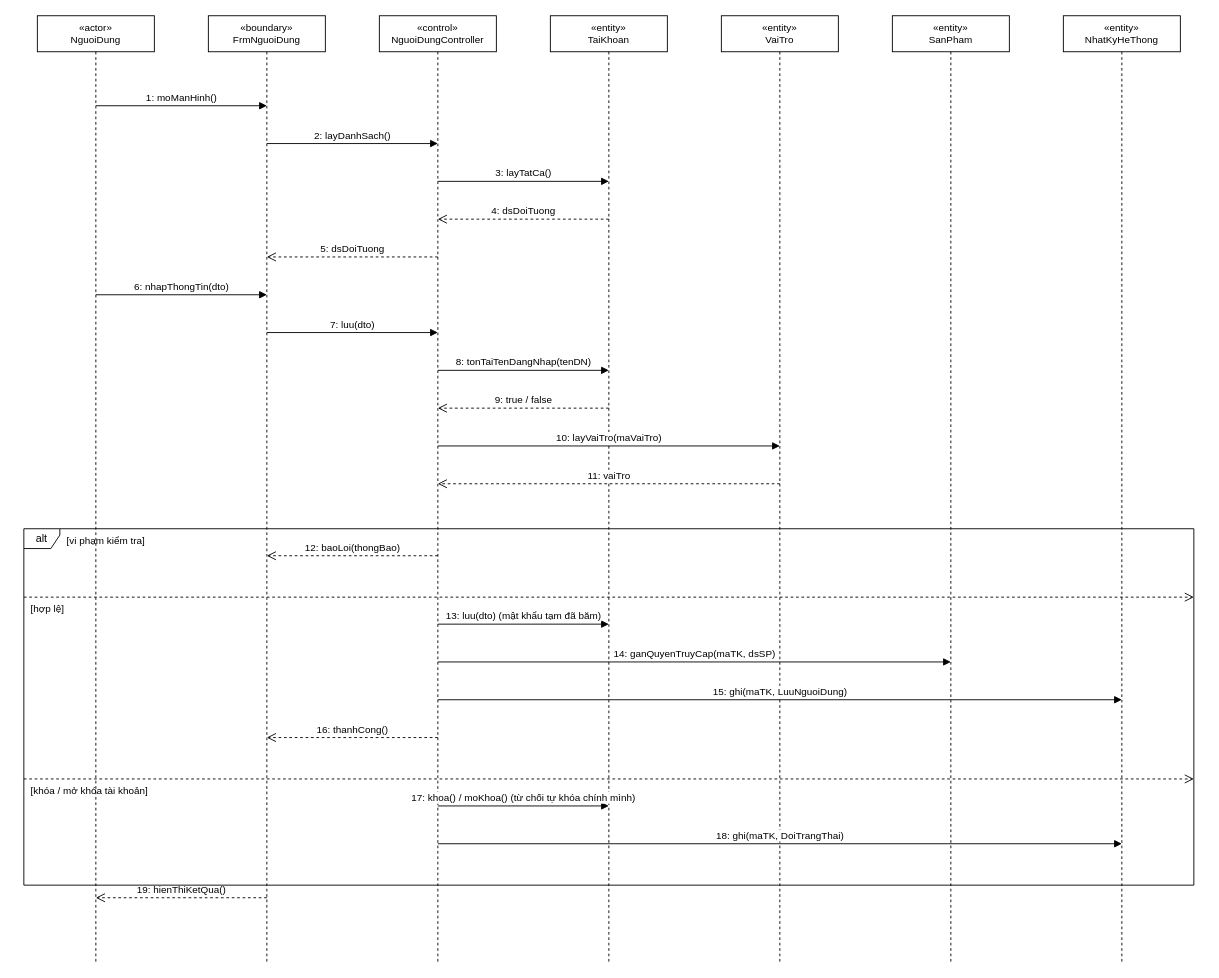
Above: docs/diagrams/03_TuanTu/UC_GD_004_Sequence_QuanLyNguoiDung.drawio in TranThienNhan8279/GreenDash (draw.io), before the change. Source tidied: cells renumbered, new cells numbered last; positions are measured from the earlier drawing's top-left corner, leaving out a move shared by most shapes. Both pictures are drawn from the tidied source at 90%, with x=0, y=0 at pixel (23, 15).
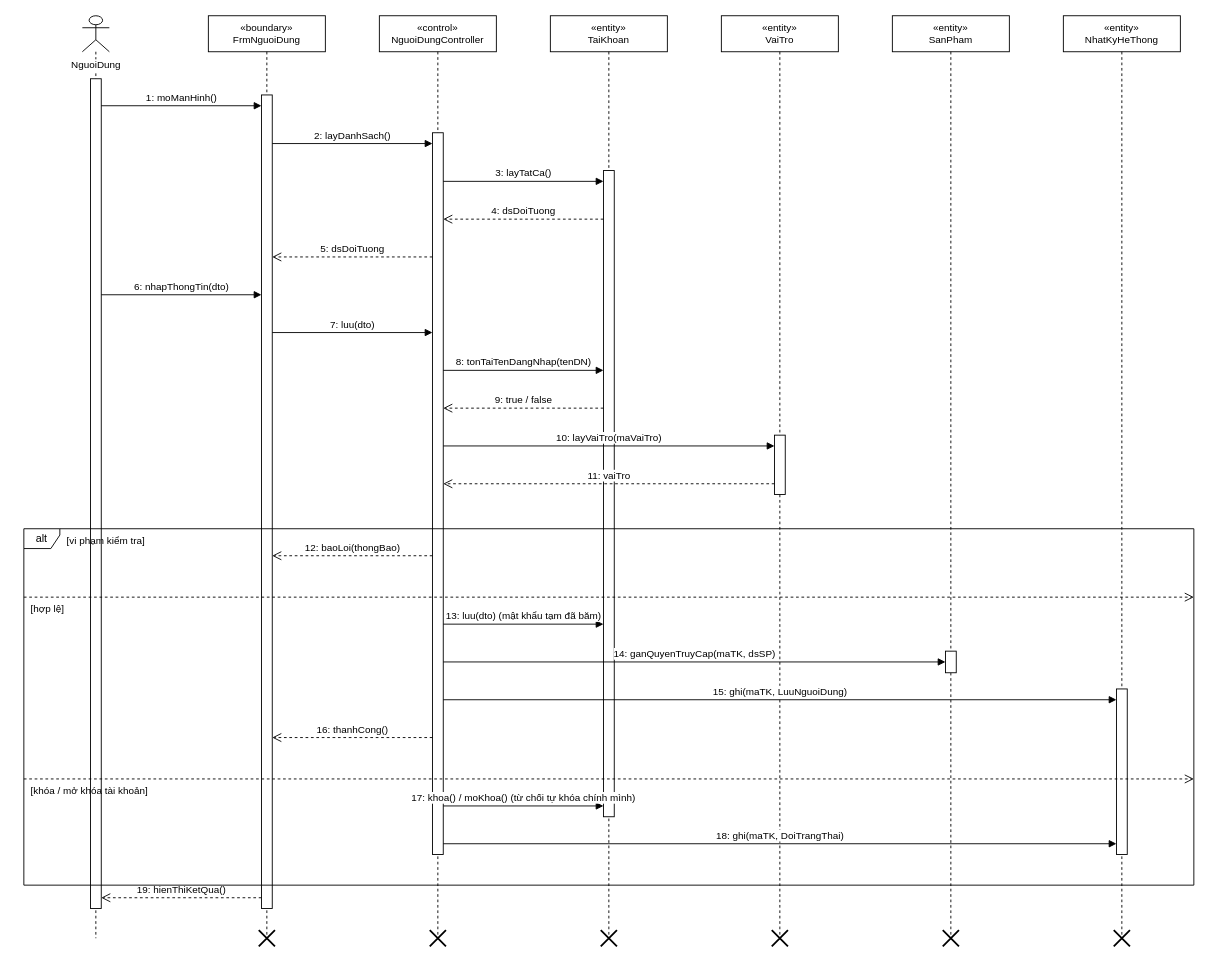
The same page after the edit.

Change to the diagram source:
```diff
@@
-    <mxCell id="2" value="«actor»&lt;br&gt;NguoiDung" style="shape=umlLifeline;perimeter=lifelinePerimeter;whiteSpace=wrap;html=1;fontSize=11;" parent="1" vertex="1">
-      <mxGeometry x="15" width="130" height="1052" as="geometry" />
+    <mxCell id="2" value="NguoiDung" style="shape=umlLifeline;participant=umlActor;verticalAlign=top;spacingTop=42;labelBackgroundColor=#ffffff;perimeter=lifelinePerimeter;whiteSpace=nowrap;html=1;fontSize=11;" parent="1" vertex="1">
+      <mxGeometry x="65" width="30" height="1025" as="geometry" />
     </mxCell>
     <mxCell id="3" value="«boundary»&lt;br&gt;FrmNguoiDung" style="shape=umlLifeline;perimeter=lifelinePerimeter;whiteSpace=wrap;html=1;fontSize=11;" parent="1" vertex="1">
-      <mxGeometry x="205" width="130" height="1052" as="geometry" />
+      <mxGeometry x="205" width="130" height="1025" as="geometry" />
     </mxCell>
     <mxCell id="4" value="«control»&lt;br&gt;NguoiDungController" style="shape=umlLifeline;perimeter=lifelinePerimeter;whiteSpace=wrap;html=1;fontSize=11;" parent="1" vertex="1">
-      <mxGeometry x="395" width="130" height="1052" as="geometry" />
+      <mxGeometry x="395" width="130" height="1025" as="geometry" />
     </mxCell>
     <mxCell id="5" value="«entity»&lt;br&gt;TaiKhoan" style="shape=umlLifeline;perimeter=lifelinePerimeter;whiteSpace=wrap;html=1;fontSize=11;" parent="1" vertex="1">
-      <mxGeometry x="585" width="130" height="1052" as="geometry" />
+      <mxGeometry x="585" width="130" height="1025" as="geometry" />
     </mxCell>
     <mxCell id="6" value="«entity»&lt;br&gt;VaiTro" style="shape=umlLifeline;perimeter=lifelinePerimeter;whiteSpace=wrap;html=1;fontSize=11;" parent="1" vertex="1">
-      <mxGeometry x="775" width="130" height="1052" as="geometry" />
+      <mxGeometry x="775" width="130" height="1025" as="geometry" />
     </mxCell>
     <mxCell id="7" value="«entity»&lt;br&gt;SanPham" style="shape=umlLifeline;perimeter=lifelinePerimeter;whiteSpace=wrap;html=1;fontSize=11;" parent="1" vertex="1">
-      <mxGeometry x="965" width="130" height="1052" as="geometry" />
+      <mxGeometry x="965" width="130" height="1025" as="geometry" />
     </mxCell>
     <mxCell id="8" value="«entity»&lt;br&gt;NhatKyHeThong" style="shape=umlLifeline;perimeter=lifelinePerimeter;whiteSpace=wrap;html=1;fontSize=11;" parent="1" vertex="1">
-      <mxGeometry x="1155" width="130" height="1052" as="geometry" />
+      <mxGeometry x="1155" width="130" height="1025" as="geometry" />
     </mxCell>
+    <mxCell id="34" style="html=1;perimeter=orthogonalPerimeter;fillColor=#ffffff;strokeColor=#000000;" parent="1" vertex="1">
+      <mxGeometry x="74" y="70" width="12" height="922" as="geometry" />
+    </mxCell>
+    <mxCell id="35" style="html=1;perimeter=orthogonalPerimeter;fillColor=#ffffff;strokeColor=#000000;" parent="1" vertex="1">
+      <mxGeometry x="264" y="88" width="12" height="904" as="geometry" />
+    </mxCell>
+    <mxCell id="36" style="shape=umlDestroy;html=1;strokeWidth=2;strokeColor=#000000;" parent="1" vertex="1">
+      <mxGeometry x="261" y="1016" width="18" height="18" as="geometry" />
+    </mxCell>
+    <mxCell id="37" style="html=1;perimeter=orthogonalPerimeter;fillColor=#ffffff;strokeColor=#000000;" parent="1" vertex="1">
+      <mxGeometry x="454" y="130" width="12" height="802" as="geometry" />
+    </mxCell>
+    <mxCell id="38" style="shape=umlDestroy;html=1;strokeWidth=2;strokeColor=#000000;" parent="1" vertex="1">
+      <mxGeometry x="451" y="1016" width="18" height="18" as="geometry" />
+    </mxCell>
+    <mxCell id="39" style="html=1;perimeter=orthogonalPerimeter;fillColor=#ffffff;strokeColor=#000000;" parent="1" vertex="1">
+      <mxGeometry x="644" y="172" width="12" height="718" as="geometry" />
+    </mxCell>
+    <mxCell id="40" style="shape=umlDestroy;html=1;strokeWidth=2;strokeColor=#000000;" parent="1" vertex="1">
+      <mxGeometry x="641" y="1016" width="18" height="18" as="geometry" />
+    </mxCell>
+    <mxCell id="41" style="html=1;perimeter=orthogonalPerimeter;fillColor=#ffffff;strokeColor=#000000;" parent="1" vertex="1">
+      <mxGeometry x="834" y="466" width="12" height="66" as="geometry" />
+    </mxCell>
+    <mxCell id="42" style="shape=umlDestroy;html=1;strokeWidth=2;strokeColor=#000000;" parent="1" vertex="1">
+      <mxGeometry x="831" y="1016" width="18" height="18" as="geometry" />
+    </mxCell>
+    <mxCell id="43" style="html=1;perimeter=orthogonalPerimeter;fillColor=#ffffff;strokeColor=#000000;" parent="1" vertex="1">
+      <mxGeometry x="1024" y="706" width="12" height="24" as="geometry" />
+    </mxCell>
+    <mxCell id="44" style="shape=umlDestroy;html=1;strokeWidth=2;strokeColor=#000000;" parent="1" vertex="1">
+      <mxGeometry x="1021" y="1016" width="18" height="18" as="geometry" />
+    </mxCell>
+    <mxCell id="45" style="html=1;perimeter=orthogonalPerimeter;fillColor=#ffffff;strokeColor=#000000;" parent="1" vertex="1">
+      <mxGeometry x="1214" y="748" width="12" height="184" as="geometry" />
+    </mxCell>
+    <mxCell id="46" style="shape=umlDestroy;html=1;strokeWidth=2;strokeColor=#000000;" parent="1" vertex="1">
+      <mxGeometry x="1211" y="1016" width="18" height="18" as="geometry" />
+    </mxCell>
     <mxCell id="9" value="1: moManHinh()" style="html=1;verticalAlign=bottom;endArrow=block;endFill=1;" parent="1" edge="1">
       <mxGeometry relative="1" as="geometry">
-        <mxPoint x="80" y="100" as="sourcePoint" />
-        <mxPoint x="270" y="100" as="targetPoint" />
+        <mxPoint x="86" y="100" as="sourcePoint" />
+        <mxPoint x="264" y="100" as="targetPoint" />
       </mxGeometry>
     </mxCell>
     <mxCell id="10" value="2: layDanhSach()" style="html=1;verticalAlign=bottom;endArrow=block;endFill=1;" parent="1" edge="1">
       <mxGeometry relative="1" as="geometry">
-        <mxPoint x="270" y="142" as="sourcePoint" />
-        <mxPoint x="460" y="142" as="targetPoint" />
+        <mxPoint x="276" y="142" as="sourcePoint" />
+        <mxPoint x="454" y="142" as="targetPoint" />
       </mxGeometry>
     </mxCell>
     <mxCell id="11" value="3: layTatCa()" style="html=1;verticalAlign=bottom;endArrow=block;endFill=1;" parent="1" edge="1">
       <mxGeometry relative="1" as="geometry">
-        <mxPoint x="460" y="184" as="sourcePoint" />
-        <mxPoint x="650" y="184" as="targetPoint" />
+        <mxPoint x="466" y="184" as="sourcePoint" />
+        <mxPoint x="644" y="184" as="targetPoint" />
       </mxGeometry>
     </mxCell>
     <mxCell id="12" value="4: dsDoiTuong" style="html=1;verticalAlign=bottom;endArrow=open;endSize=8;dashed=1;" parent="1" edge="1">
       <mxGeometry relative="1" as="geometry">
-        <mxPoint x="650" y="226" as="sourcePoint" />
-        <mxPoint x="460" y="226" as="targetPoint" />
+        <mxPoint x="644" y="226" as="sourcePoint" />
+        <mxPoint x="466" y="226" as="targetPoint" />
       </mxGeometry>
     </mxCell>
     <mxCell id="13" value="5: dsDoiTuong" style="html=1;verticalAlign=bottom;endArrow=open;endSize=8;dashed=1;" parent="1" edge="1">
       <mxGeometry relative="1" as="geometry">
-        <mxPoint x="460" y="268" as="sourcePoint" />
-        <mxPoint x="270" y="268" as="targetPoint" />
+        <mxPoint x="454" y="268" as="sourcePoint" />
+        <mxPoint x="276" y="268" as="targetPoint" />
       </mxGeometry>
     </mxCell>
     <mxCell id="14" value="6: nhapThongTin(dto)" style="html=1;verticalAlign=bottom;endArrow=block;endFill=1;" parent="1" edge="1">
       <mxGeometry relative="1" as="geometry">
-        <mxPoint x="80" y="310" as="sourcePoint" />
-        <mxPoint x="270" y="310" as="targetPoint" />
+        <mxPoint x="86" y="310" as="sourcePoint" />
+        <mxPoint x="264" y="310" as="targetPoint" />
       </mxGeometry>
     </mxCell>
     <mxCell id="15" value="7: luu(dto)" style="html=1;verticalAlign=bottom;endArrow=block;endFill=1;" parent="1" edge="1">
       <mxGeometry relative="1" as="geometry">
-        <mxPoint x="270" y="352" as="sourcePoint" />
-        <mxPoint x="460" y="352" as="targetPoint" />
+        <mxPoint x="276" y="352" as="sourcePoint" />
+        <mxPoint x="454" y="352" as="targetPoint" />
       </mxGeometry>
     </mxCell>
     <mxCell id="16" value="8: tonTaiTenDangNhap(tenDN)" style="html=1;verticalAlign=bottom;endArrow=block;endFill=1;" parent="1" edge="1">
       <mxGeometry relative="1" as="geometry">
-        <mxPoint x="460" y="394" as="sourcePoint" />
-        <mxPoint x="650" y="394" as="targetPoint" />
+        <mxPoint x="466" y="394" as="sourcePoint" />
+        <mxPoint x="644" y="394" as="targetPoint" />
       </mxGeometry>
     </mxCell>
     <mxCell id="17" value="9: true / false" style="html=1;verticalAlign=bottom;endArrow=open;endSize=8;dashed=1;" parent="1" edge="1">
       <mxGeometry relative="1" as="geometry">
-        <mxPoint x="650" y="436" as="sourcePoint" />
-        <mxPoint x="460" y="436" as="targetPoint" />
+        <mxPoint x="644" y="436" as="sourcePoint" />
+        <mxPoint x="466" y="436" as="targetPoint" />
       </mxGeometry>
     </mxCell>
     <mxCell id="18" value="10: layVaiTro(maVaiTro)" style="html=1;verticalAlign=bottom;endArrow=block;endFill=1;" parent="1" edge="1">
       <mxGeometry relative="1" as="geometry">
-        <mxPoint x="460" y="478" as="sourcePoint" />
-        <mxPoint x="840" y="478" as="targetPoint" />
+        <mxPoint x="466" y="478" as="sourcePoint" />
+        <mxPoint x="834" y="478" as="targetPoint" />
       </mxGeometry>
     </mxCell>
     <mxCell id="19" value="11: vaiTro" style="html=1;verticalAlign=bottom;endArrow=open;endSize=8;dashed=1;" parent="1" edge="1">
       <mxGeometry relative="1" as="geometry">
-        <mxPoint x="840" y="520" as="sourcePoint" />
-        <mxPoint x="460" y="520" as="targetPoint" />
+        <mxPoint x="834" y="520" as="sourcePoint" />
+        <mxPoint x="466" y="520" as="targetPoint" />
       </mxGeometry>
     </mxCell>
     <mxCell id="20" value="12: baoLoi(thongBao)" style="html=1;verticalAlign=bottom;endArrow=open;endSize=8;dashed=1;" parent="1" edge="1">
       <mxGeometry relative="1" as="geometry">
-        <mxPoint x="460" y="600" as="sourcePoint" />
-        <mxPoint x="270" y="600" as="targetPoint" />
+        <mxPoint x="454" y="600" as="sourcePoint" />
+        <mxPoint x="276" y="600" as="targetPoint" />
       </mxGeometry>
     </mxCell>
     <mxCell id="21" value="13: luu(dto)  (mật khẩu tạm đã băm)" style="html=1;verticalAlign=bottom;endArrow=block;endFill=1;" parent="1" edge="1">
       <mxGeometry relative="1" as="geometry">
-        <mxPoint x="460" y="676" as="sourcePoint" />
-        <mxPoint x="650" y="676" as="targetPoint" />
+        <mxPoint x="466" y="676" as="sourcePoint" />
+        <mxPoint x="644" y="676" as="targetPoint" />
       </mxGeometry>
     </mxCell>
     <mxCell id="22" value="14: ganQuyenTruyCap(maTK, dsSP)" style="html=1;verticalAlign=bottom;endArrow=block;endFill=1;" parent="1" edge="1">
       <mxGeometry relative="1" as="geometry">
-        <mxPoint x="460" y="718" as="sourcePoint" />
-        <mxPoint x="1030" y="718" as="targetPoint" />
+        <mxPoint x="466" y="718" as="sourcePoint" />
+        <mxPoint x="1024" y="718" as="targetPoint" />
       </mxGeometry>
     </mxCell>
     <mxCell id="23" value="15: ghi(maTK, LuuNguoiDung)" style="html=1;verticalAlign=bottom;endArrow=block;endFill=1;" parent="1" edge="1">
       <mxGeometry relative="1" as="geometry">
-        <mxPoint x="460" y="760" as="sourcePoint" />
-        <mxPoint x="1220" y="760" as="targetPoint" />
+        <mxPoint x="466" y="760" as="sourcePoint" />
+        <mxPoint x="1214" y="760" as="targetPoint" />
       </mxGeometry>
     </mxCell>
     <mxCell id="24" value="16: thanhCong()" style="html=1;verticalAlign=bottom;endArrow=open;endSize=8;dashed=1;" parent="1" edge="1">
       <mxGeometry relative="1" as="geometry">
-        <mxPoint x="460" y="802" as="sourcePoint" />
-        <mxPoint x="270" y="802" as="targetPoint" />
+        <mxPoint x="454" y="802" as="sourcePoint" />
+        <mxPoint x="276" y="802" as="targetPoint" />
       </mxGeometry>
     </mxCell>
     <mxCell id="25" value="17: khoa() / moKhoa()  (từ chối tự khóa chính mình)" style="html=1;verticalAlign=bottom;endArrow=block;endFill=1;" parent="1" edge="1">
       <mxGeometry relative="1" as="geometry">
-        <mxPoint x="460" y="878" as="sourcePoint" />
-        <mxPoint x="650" y="878" as="targetPoint" />
+        <mxPoint x="466" y="878" as="sourcePoint" />
+        <mxPoint x="644" y="878" as="targetPoint" />
       </mxGeometry>
     </mxCell>
     <mxCell id="26" value="18: ghi(maTK, DoiTrangThai)" style="html=1;verticalAlign=bottom;endArrow=block;endFill=1;" parent="1" edge="1">
       <mxGeometry relative="1" as="geometry">
-        <mxPoint x="460" y="920" as="sourcePoint" />
-        <mxPoint x="1220" y="920" as="targetPoint" />
+        <mxPoint x="466" y="920" as="sourcePoint" />
+        <mxPoint x="1214" y="920" as="targetPoint" />
       </mxGeometry>
     </mxCell>
     <mxCell id="27" value="19: hienThiKetQua()" style="html=1;verticalAlign=bottom;endArrow=open;endSize=8;dashed=1;" parent="1" edge="1">
       <mxGeometry relative="1" as="geometry">
-        <mxPoint x="270" y="980" as="sourcePoint" />
-        <mxPoint x="80" y="980" as="targetPoint" />
+        <mxPoint x="264" y="980" as="sourcePoint" />
+        <mxPoint x="86" y="980" as="targetPoint" />
       </mxGeometry>
     </mxCell>
```
